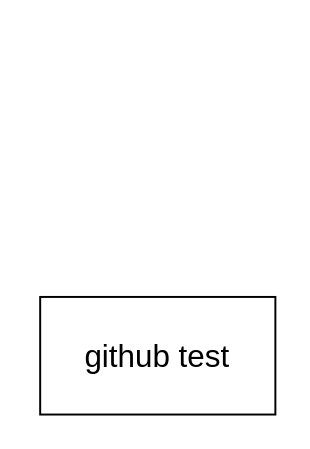
Before: 未命名绘图.drawio in vajvip/drawio, a draw.io diagram. Source tidied: cells renumbered, new cells numbered last; positions are measured from the earlier drawing's top-left corner, leaving out a move shared by most shapes. Both pictures are drawn from the tidied source at 196%, with x=0, y=0 at pixel (39, 296).
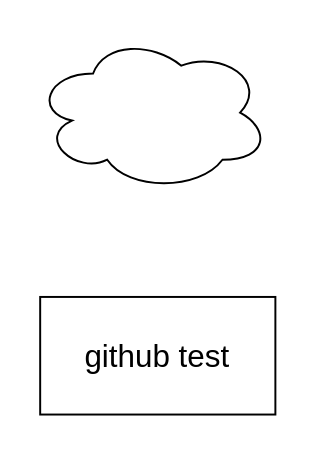
Above is the later version.

Commit message (it also covers changes not shown here):
更新未命名绘图.drawio

What changed in the source:
```diff
@@
 <mxGraphModel>
   <root>
     <mxCell id="0" />
     <mxCell id="1" parent="0" />
     <mxCell id="2" value="github test" style="whiteSpace=wrap;html=1;fontSize=16;" parent="1" vertex="1">
       <mxGeometry width="120" height="60" as="geometry" />
     </mxCell>
+    <mxCell id="3" style="ellipse;shape=cloud;whiteSpace=wrap;html=1;fontSize=16;" parent="1" vertex="1">
+      <mxGeometry x="-3" y="-134" width="120" height="80" as="geometry" />
+    </mxCell>
   </root>
 </mxGraphModel>
```
